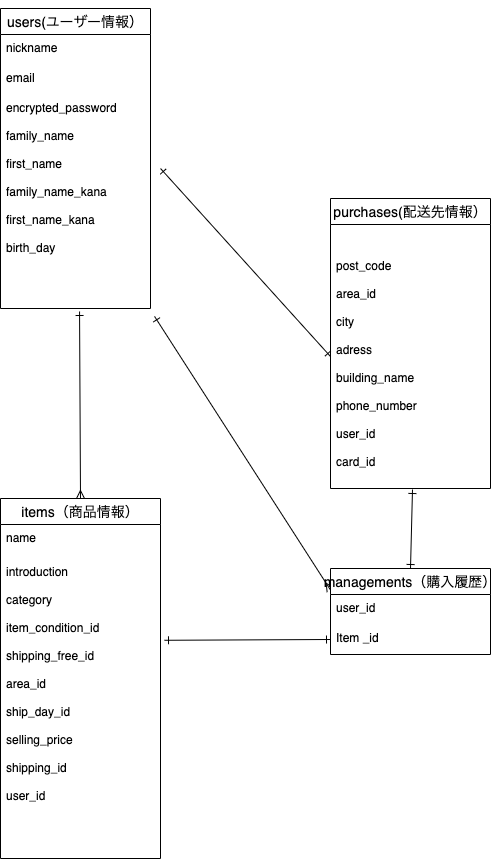
Earlier version of the draw.io export test.drawio.png (noname2601/furima-35213). Source tidied: cells renumbered, new cells last; positions are measured from the earlier drawing's top-left corner, leaving out a move shared by most shapes.
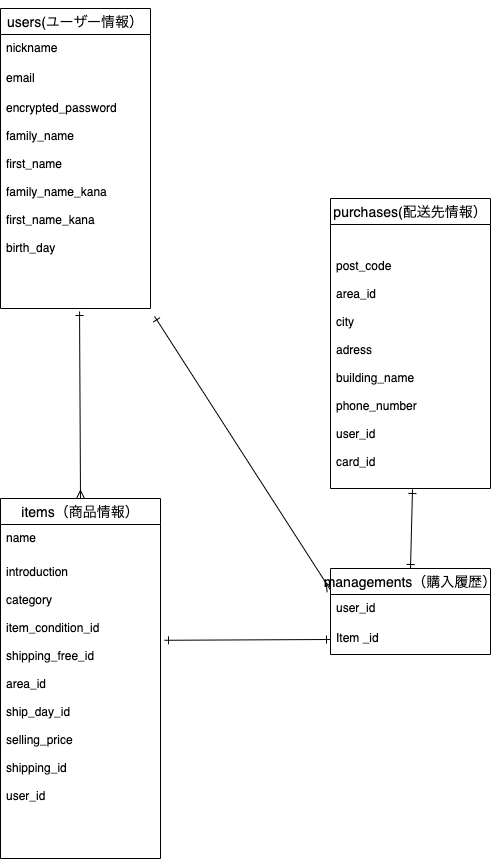
After the commit.

Change to the diagram source:
```diff
@@ -57,8 +57,5 @@
     <mxCell id="18" style="edgeStyle=none;rounded=0;jettySize=auto;html=1;exitX=0;exitY=0.5;exitDx=0;exitDy=0;entryX=1.025;entryY=0.269;entryDx=0;entryDy=0;entryPerimeter=0;startArrow=ERone;startFill=0;sourcePerimeterSpacing=6;endArrow=ERone;endFill=0;targetPerimeterSpacing=6;" parent="1" edge="1" source="17" target="12">
       <mxGeometry relative="1" as="geometry" />
     </mxCell>
-    <mxCell id="19" style="edgeStyle=none;rounded=0;jettySize=auto;html=1;exitX=0;exitY=0.5;exitDx=0;exitDy=0;entryX=1.067;entryY=0.346;entryDx=0;entryDy=0;entryPerimeter=0;startArrow=ERone;startFill=0;sourcePerimeterSpacing=6;endArrow=ERone;endFill=0;targetPerimeterSpacing=6;" parent="1" edge="1" source="8" target="6">
-      <mxGeometry relative="1" as="geometry" />
-    </mxCell>
   </root>
 </mxGraphModel>
```
